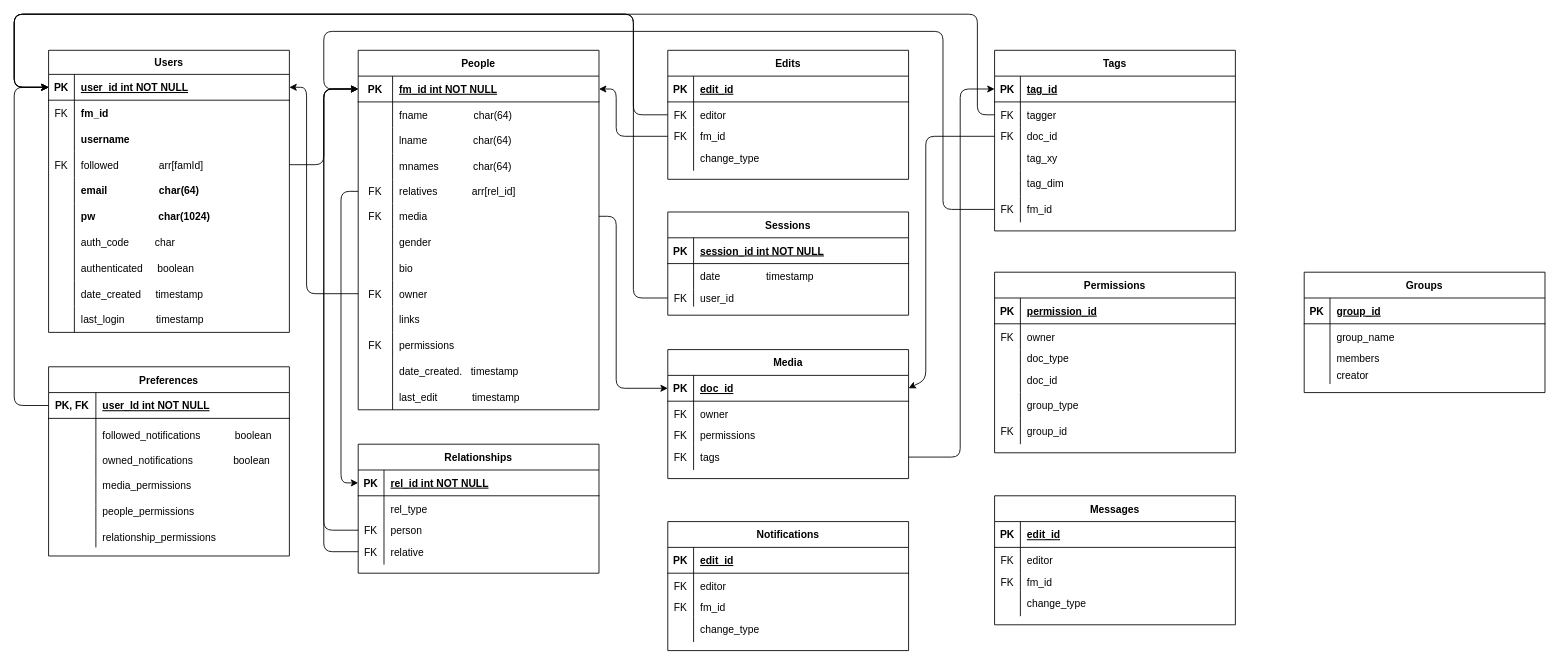
This is packages/backend/src/models/models.drawio from addison912/mernt-template, a draw.io file, before an edit. Source tidied: cells renumbered, new cells numbered last; positions are measured from the earlier drawing's top-left corner, leaving out a move shared by most shapes. Both pictures are drawn from the tidied source at 86%, with x=0, y=0 at pixel (14, 14).
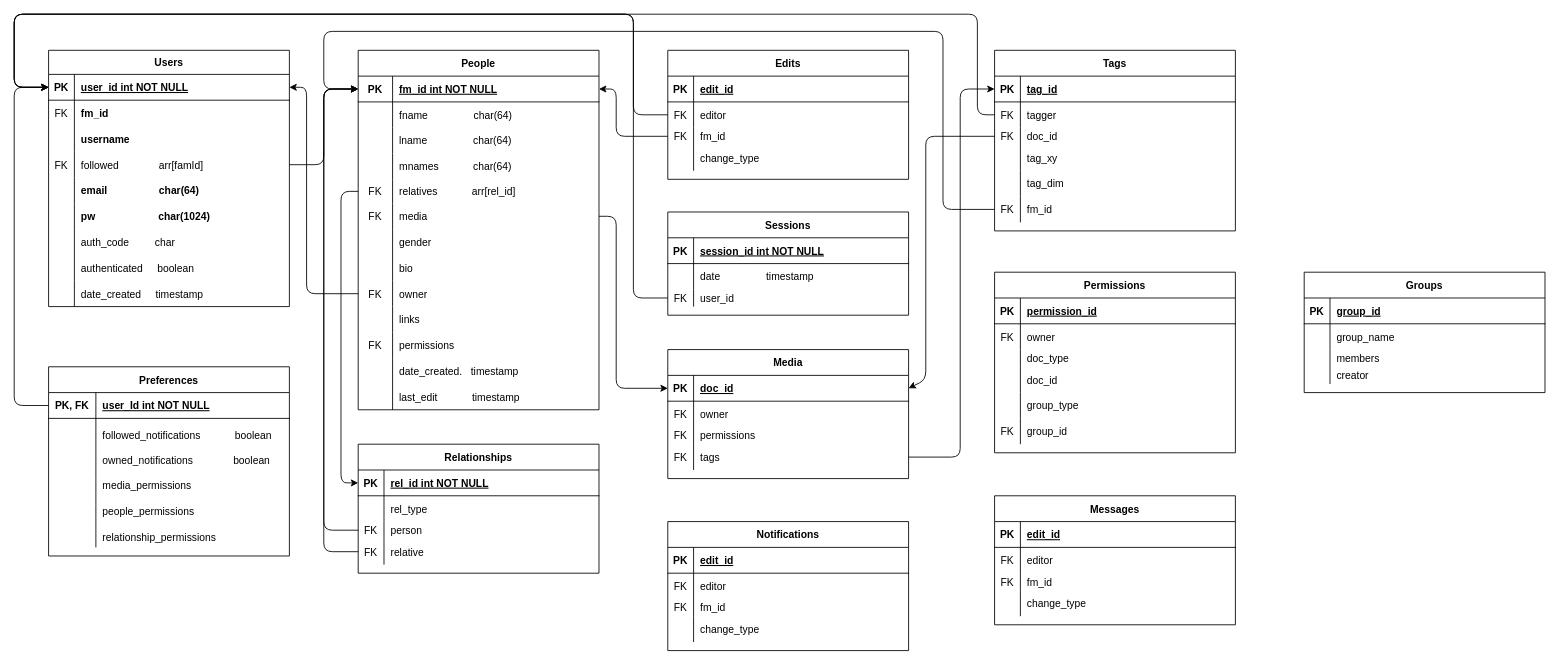
The same page after the edit.

What changed in the source:
```diff
@@
     <mxCell id="55" value="Users" style="shape=table;startSize=28;childLayout=tableLayout;rowLines=0;fontStyle=1;align=center;" parent="1" vertex="1">
-      <mxGeometry x="40" y="42" width="280" height="328" as="geometry" />
+      <mxGeometry x="40" y="42" width="280" height="298" as="geometry" />
     </mxCell>
@@
-    <mxCell id="83" style="shape=partialRectangle;fillColor=none;top=0;left=0;right=0;bottom=0;fontStyle=1;" parent="55" vertex="1">
-      <mxGeometry y="298" width="280" height="30" as="geometry" />
-    </mxCell>
-    <mxCell id="84" style="shape=partialRectangle;overflow=hidden;fillColor=none;top=0;left=0;bottom=0;right=0;" parent="83" vertex="1">
-      <mxGeometry width="30" height="30" as="geometry" />
-    </mxCell>
-    <mxCell id="85" value="last_login           timestamp" style="shape=partialRectangle;overflow=hidden;fillColor=none;top=0;left=0;bottom=0;right=0;align=left;spacingLeft=6;fontStyle=0;" parent="83" vertex="1">
-      <mxGeometry x="30" width="250" height="30" as="geometry" />
-    </mxCell>
```
